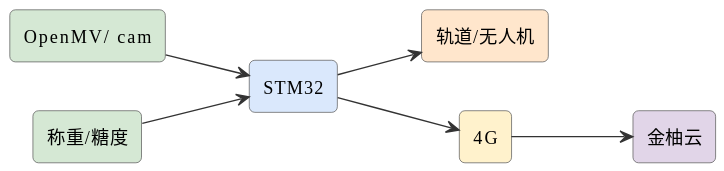
Before: assets/diagrams/ideas-fig17.svg, a diagram exported from PlantUML (mingyi0818/IntelligentMcuCourse).
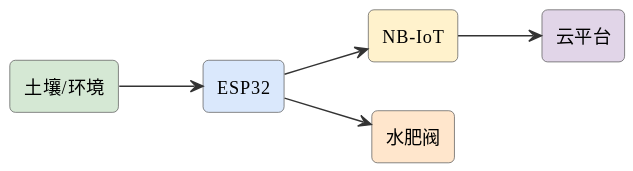
The same diagram one commit later.

Change to the diagram source:
```diff
@@ -6,15 +6,13 @@
 skinparam arrowFontSize 11
 skinparam arrowColor #333
 left to right direction
-rectangle "OpenMV/ cam" as cam #d5e8d4
-rectangle "STM32" as stm #dae8fc
-rectangle "称重/糖度" as sense #d5e8d4
-rectangle "轨道/无人机" as uav #ffe6cc
-rectangle "4G" as g #fff2cc
-rectangle "金柚云" as cloud #e1d5e8
-cam --> stm
-sense --> stm
-stm --> uav
-stm --> g
-g --> cloud
+rectangle "土壤/环境" as s #d5e8d4
+rectangle "ESP32" as esp #dae8fc
+rectangle "NB-IoT" as nb #fff2cc
+rectangle "水肥阀" as valve #ffe6cc
+rectangle "云平台" as cloud #e1d5e8
+s --> esp
+esp --> nb
+esp --> valve
+nb --> cloud
 @enduml
```
